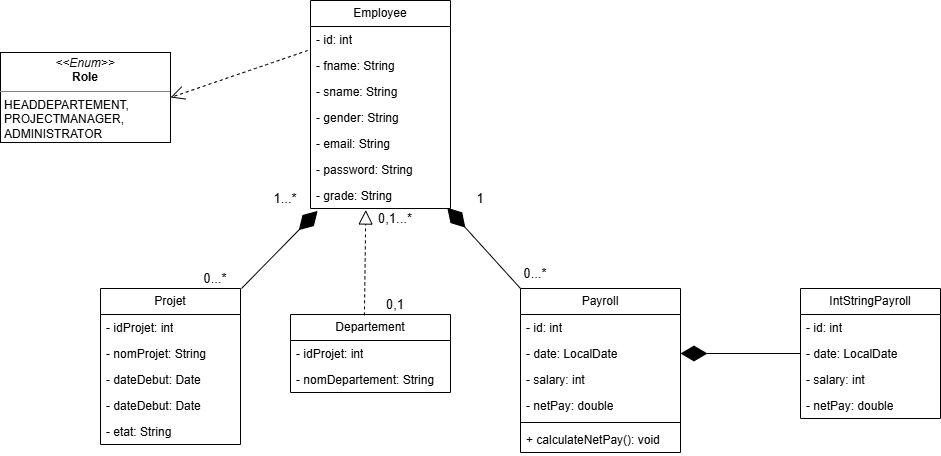
This is Ressources utiles/Projet_JEE.drawio.png from XelaxNaDe/Projet_ING2_JEE_Classique, a draw.io export, as it was before one commit. Source tidied: cells renumbered, new cells last; positions are measured from the earlier drawing's top-left corner, leaving out a move shared by most shapes.
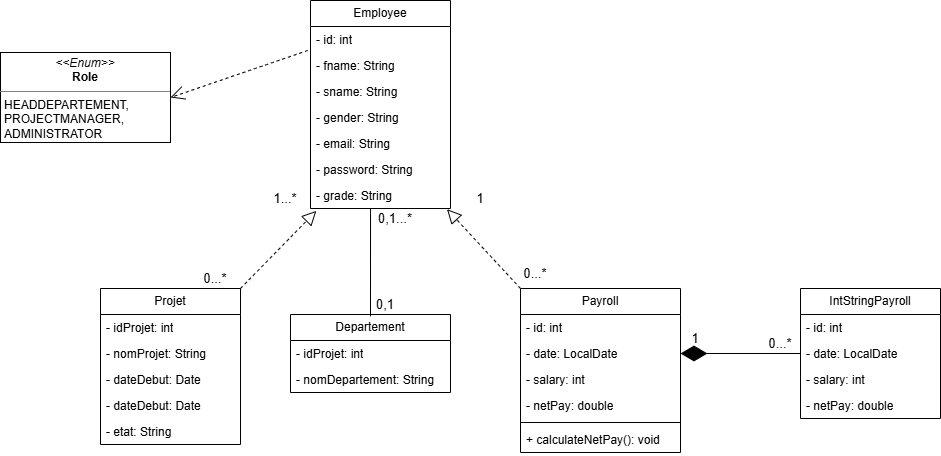
After the change.

What changed in the source:
```diff
@@ -102,7 +102,7 @@
       <mxGeometry y="52" width="160" height="26" as="geometry" />
     </mxCell>
     <mxCell id="35" value="0,1" style="text;html=1;whiteSpace=wrap;strokeColor=none;fillColor=none;align=center;verticalAlign=middle;rounded=0;fontSize=13;" parent="1" vertex="1">
-      <mxGeometry x="370" y="294" width="50" height="20" as="geometry" />
+      <mxGeometry x="360" y="294" width="50" height="20" as="geometry" />
     </mxCell>
     <mxCell id="36" value="0,1...*" style="text;html=1;whiteSpace=wrap;strokeColor=none;fillColor=none;align=center;verticalAlign=middle;rounded=0;fontSize=13;" parent="1" vertex="1">
       <mxGeometry x="370" y="208" width="50" height="20" as="geometry" />
@@ -116,16 +116,23 @@
     <mxCell id="39" style="endArrow=diamondThin;endFill=1;endSize=24;html=1;rounded=0;exitX=0;exitY=0.5;exitDx=0;exitDy=0;entryX=1;entryY=0.5;entryDx=0;entryDy=0;" parent="1" edge="1" source="28" target="10">
       <mxGeometry relative="1" as="geometry" />
     </mxCell>
-    <mxCell id="40" style="endArrow=diamondThin;endFill=1;endSize=24;html=1;rounded=0;exitX=0.25;exitY=1;exitDx=0;exitDy=0;entryX=0.977;entryY=0.969;entryDx=0;entryDy=0;entryPerimeter=0;" parent="1" edge="1" source="24" target="22">
-      <mxGeometry relative="1" as="geometry" />
-    </mxCell>
-    <mxCell id="41" style="endArrow=diamondThin;endFill=1;endSize=24;html=1;rounded=0;entryX=0.051;entryY=1.092;entryDx=0;entryDy=0;entryPerimeter=0;" parent="1" edge="1" target="22">
-      <mxGeometry relative="1" as="geometry">
-        <mxPoint x="241" y="288" as="sourcePoint" />
-      </mxGeometry>
-    </mxCell>
-    <mxCell id="42" style="endArrow=block;dashed=1;endFill=0;endSize=12;html=1;rounded=0;entryX=0.395;entryY=1.058;entryDx=0;entryDy=0;entryPerimeter=0;exitX=0.462;exitY=0.011;exitDx=0;exitDy=0;exitPerimeter=0;" parent="1" edge="1" source="32" target="22">
-      <mxGeometry relative="1" as="geometry" />
-    </mxCell>
+    <mxCell id="43" style="endArrow=block;dashed=1;endFill=0;endSize=12;html=1;rounded=0;entryX=0.975;entryY=1.026;entryDx=0;entryDy=0;entryPerimeter=0;exitX=0;exitY=0;exitDx=0;exitDy=0;" parent="1" edge="1" source="8" target="22">
+      <mxGeometry relative="1" as="geometry" />
+    </mxCell>
+    <mxCell id="44" style="endArrow=block;dashed=1;endFill=0;endSize=12;html=1;rounded=0;entryX=0.042;entryY=1.091;entryDx=0;entryDy=0;entryPerimeter=0;exitX=1;exitY=0;exitDx=0;exitDy=0;" parent="1" edge="1" source="2" target="22">
+      <mxGeometry relative="1" as="geometry" />
+    </mxCell>
+    <mxCell id="45" style="edgeStyle=none;orthogonalLoop=1;jettySize=auto;html=1;rounded=0;fontSize=12;startSize=8;endSize=8;curved=0;endArrow=none;endFill=0;exitX=0.369;exitY=0.015;exitDx=0;exitDy=0;exitPerimeter=0;entryX=0.279;entryY=0.976;entryDx=0;entryDy=0;entryPerimeter=0;" parent="1" edge="1">
+      <mxGeometry relative="1" as="geometry">
+        <mxPoint x="370" y="315.8" as="sourcePoint" />
+        <mxPoint x="370" y="208" as="targetPoint" />
+      </mxGeometry>
+    </mxCell>
+    <mxCell id="46" value="0...*" style="text;html=1;whiteSpace=wrap;strokeColor=none;fillColor=none;align=center;verticalAlign=middle;rounded=0;fontSize=13;" parent="1" vertex="1">
+      <mxGeometry x="750" y="328" width="60" height="30" as="geometry" />
+    </mxCell>
+    <mxCell id="47" value="1" style="text;html=1;whiteSpace=wrap;strokeColor=none;fillColor=none;align=center;verticalAlign=middle;rounded=0;fontSize=13;" parent="1" vertex="1">
+      <mxGeometry x="670" y="328" width="50" height="20" as="geometry" />
+    </mxCell>
   </root>
 </mxGraphModel>
```
